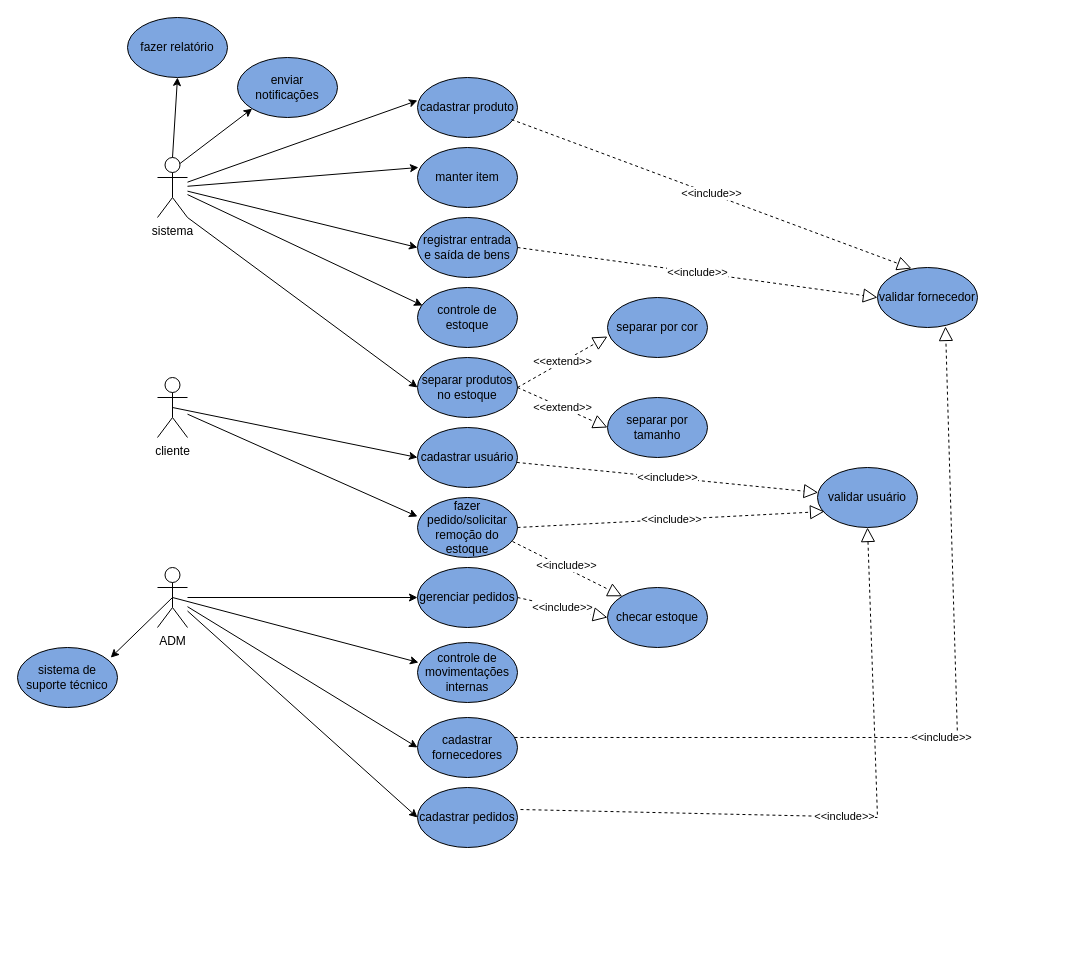
Before: Diagrama sem nome.drawio in neymarboliviano/piquerezpaidopopoti, a draw.io diagram. Source tidied: cells renumbered, new cells numbered last; positions are measured from the earlier drawing's top-left corner, leaving out a move shared by most shapes. Both pictures are drawn from the tidied source at 100%, with x=0, y=0 at pixel (17, 17).
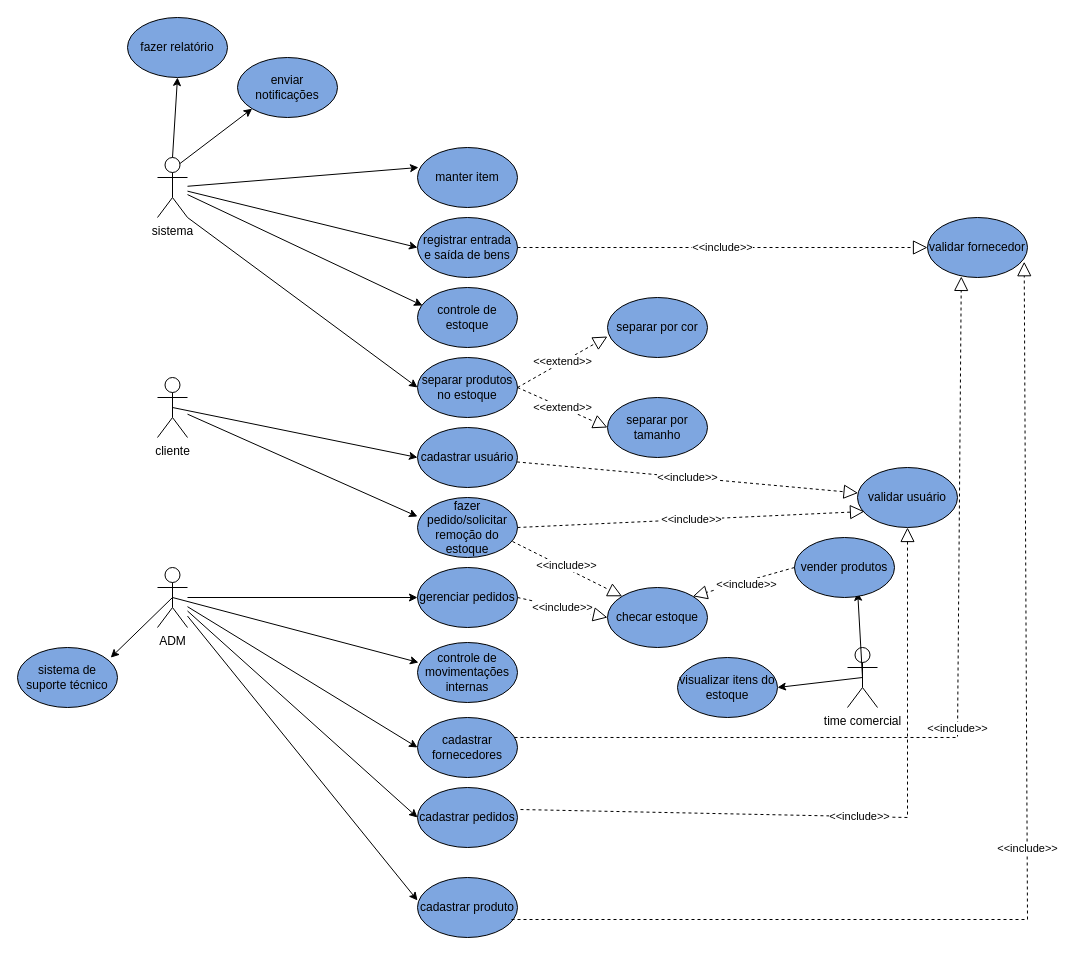
Above is the later version.

The change refers to these unchanged cells:
```xml
<mxCell id="16" value="ADM" style="shape=umlActor;verticalLabelPosition=bottom;verticalAlign=top;html=1;outlineConnect=0;" parent="1" vertex="1">
  <mxGeometry x="140" y="550" width="30" height="60" as="geometry" />
</mxCell>
<mxCell id="18" value="sistema" style="shape=umlActor;verticalLabelPosition=bottom;verticalAlign=top;html=1;outlineConnect=0;" parent="1" vertex="1">
  <mxGeometry x="140" y="140" width="30" height="60" as="geometry" />
</mxCell>
<mxCell id="35" value="checar estoque" style="ellipse;whiteSpace=wrap;html=1;fillColor=#7EA6E0;" parent="1" vertex="1">
  <mxGeometry x="590" y="570" width="100" height="60" as="geometry" />
</mxCell>
<mxCell id="37" value="cadastrar fornecedores" style="ellipse;whiteSpace=wrap;html=1;fillColor=#7EA6E0;" parent="1" vertex="1">
  <mxGeometry x="400" y="700" width="100" height="60" as="geometry" />
</mxCell>
<mxCell id="38" value="cadastrar pedidos" style="ellipse;whiteSpace=wrap;html=1;fillColor=#7EA6E0;" parent="1" vertex="1">
  <mxGeometry x="400" y="770" width="100" height="60" as="geometry" />
</mxCell>
```

The edit, as a diff of the source:
```diff
@@
     <mxCell id="4" value="validar usuário" style="ellipse;whiteSpace=wrap;html=1;fillColor=#7EA6E0;" parent="1" vertex="1">
-      <mxGeometry x="800" y="450" width="100" height="60" as="geometry" />
+      <mxGeometry x="840" y="450" width="100" height="60" as="geometry" />
     </mxCell>
@@
     <mxCell id="13" value="cadastrar produto" style="ellipse;whiteSpace=wrap;html=1;fillColor=#7EA6E0;" parent="1" vertex="1">
-      <mxGeometry x="400" y="60" width="100" height="60" as="geometry" />
+      <mxGeometry x="400" y="860" width="100" height="60" as="geometry" />
     </mxCell>
@@
-    <mxCell id="21" style="endArrow=classic;html=1;rounded=0;entryX=0;entryY=0.383;entryDx=0;entryDy=0;entryPerimeter=0;" parent="1" edge="1" source="18" target="13">
+    <mxCell id="21" style="endArrow=classic;html=1;rounded=0;entryX=0;entryY=0.383;entryDx=0;entryDy=0;entryPerimeter=0;" parent="1" edge="1" source="16" target="13">
       <mxGeometry relative="1" as="geometry" />
     </mxCell>
@@
-    <mxCell id="30" value="&amp;lt;&amp;lt;include&amp;gt;&amp;gt;" style="endArrow=block;dashed=1;endFill=0;endSize=12;html=1;rounded=0;fillColor=#000000;exitX=0.97;exitY=0.333;exitDx=0;exitDy=0;entryX=0.68;entryY=0.983;entryDx=0;entryDy=0;exitPerimeter=0;entryPerimeter=0;" parent="1" edge="1" source="37" target="36">
+    <mxCell id="30" value="&amp;lt;&amp;lt;include&amp;gt;&amp;gt;" style="endArrow=block;dashed=1;endFill=0;endSize=12;html=1;rounded=0;fillColor=#000000;exitX=0.97;exitY=0.333;exitDx=0;exitDy=0;entryX=0.338;entryY=0.982;entryDx=0;entryDy=0;exitPerimeter=0;entryPerimeter=0;" parent="1" edge="1" source="37" target="36">
       <mxGeometry relative="1" as="geometry">
         <Array as="points">
           <mxPoint x="940" y="720" />
         </Array>
       </mxGeometry>
     </mxCell>
@@
-    <mxCell id="34" value="&amp;lt;&amp;lt;include&amp;gt;&amp;gt;" style="endArrow=block;dashed=1;endFill=0;endSize=12;html=1;rounded=0;fillColor=#000000;exitX=0.94;exitY=0.7;exitDx=0;exitDy=0;entryX=0.34;entryY=0.017;entryDx=0;entryDy=0;exitPerimeter=0;entryPerimeter=0;" parent="1" edge="1" source="13" target="36">
-      <mxGeometry relative="1" as="geometry" />
+    <mxCell id="34" value="&amp;lt;&amp;lt;include&amp;gt;&amp;gt;" style="endArrow=block;dashed=1;endFill=0;endSize=12;html=1;rounded=0;fillColor=#000000;exitX=0.94;exitY=0.7;exitDx=0;exitDy=0;entryX=0.967;entryY=0.737;entryDx=0;entryDy=0;exitPerimeter=0;entryPerimeter=0;" parent="1" edge="1" source="13" target="36">
+      <mxGeometry relative="1" as="geometry">
+        <Array as="points">
+          <mxPoint x="1010" y="902" />
+        </Array>
+      </mxGeometry>
     </mxCell>
@@
     <mxCell id="36" value="validar fornecedor" style="ellipse;whiteSpace=wrap;html=1;fillColor=#7EA6E0;" parent="1" vertex="1">
-      <mxGeometry x="860" y="250" width="100" height="60" as="geometry" />
+      <mxGeometry x="910" y="200" width="100" height="60" as="geometry" />
     </mxCell>
@@
     <mxCell id="41" value="&amp;lt;&amp;lt;include&amp;gt;&amp;gt;" style="endArrow=block;dashed=1;endFill=0;endSize=12;html=1;rounded=0;fillColor=#000000;exitX=1.03;exitY=0.367;exitDx=0;exitDy=0;exitPerimeter=0;entryX=0.5;entryY=1;entryDx=0;entryDy=0;" parent="1" edge="1" source="38" target="4">
       <mxGeometry relative="1" as="geometry">
         <Array as="points">
-          <mxPoint x="860" y="800" />
+          <mxPoint x="890" y="800" />
         </Array>
       </mxGeometry>
     </mxCell>
@@
+    <mxCell id="48" value="time comercial" style="shape=umlActor;verticalLabelPosition=bottom;verticalAlign=top;html=1;outlineConnect=0;" parent="1" vertex="1">
+      <mxGeometry x="830" y="630" width="30" height="60" as="geometry" />
+    </mxCell>
+    <mxCell id="49" style="endArrow=classic;html=1;rounded=0;exitX=0.5;exitY=0.5;exitDx=0;exitDy=0;exitPerimeter=0;entryX=0.632;entryY=0.914;entryDx=0;entryDy=0;entryPerimeter=0;" parent="1" edge="1" source="48" target="50">
+      <mxGeometry relative="1" as="geometry" />
+    </mxCell>
+    <mxCell id="50" value="vender produtos" style="ellipse;whiteSpace=wrap;html=1;fillColor=#7EA6E0;" parent="1" vertex="1">
+      <mxGeometry x="777" y="520" width="100" height="60" as="geometry" />
+    </mxCell>
+    <mxCell id="51" value="&amp;lt;&amp;lt;include&amp;gt;&amp;gt;" style="endArrow=block;dashed=1;endFill=0;endSize=12;html=1;rounded=0;fillColor=#000000;exitX=0;exitY=0.5;exitDx=0;exitDy=0;entryX=1;entryY=0;entryDx=0;entryDy=0;" parent="1" edge="1" source="50" target="35">
+      <mxGeometry x="-0.04" y="3" relative="1" as="geometry" />
+    </mxCell>
+    <mxCell id="52" value="visualizar itens do estoque" style="ellipse;whiteSpace=wrap;html=1;fillColor=#7EA6E0;" parent="1" vertex="1">
+      <mxGeometry x="660" y="640" width="100" height="60" as="geometry" />
+    </mxCell>
+    <mxCell id="53" style="endArrow=classic;html=1;rounded=0;exitX=0.5;exitY=0.5;exitDx=0;exitDy=0;exitPerimeter=0;entryX=1;entryY=0.5;entryDx=0;entryDy=0;" parent="1" edge="1" source="48" target="52">
+      <mxGeometry relative="1" as="geometry" />
+    </mxCell>
```
